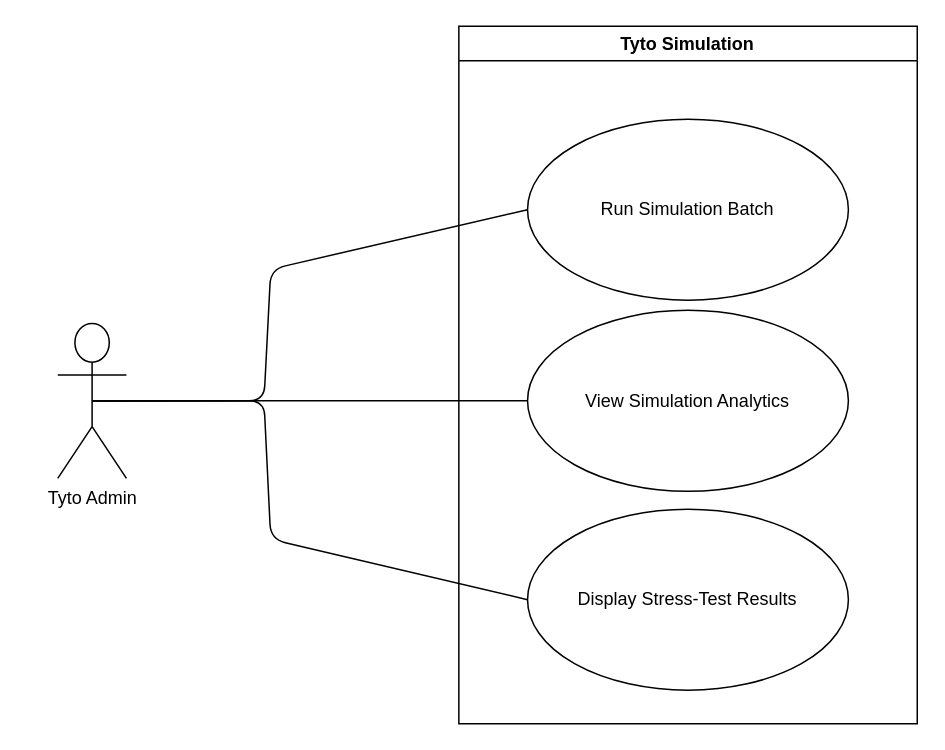
The draw.io diagram page "Tyto_Simulation" (12 of 16) of dev/diagrams/requirements/Requirements.drawio in COS301-SE-2026/UMTAS, before the edit. Source tidied: cells renumbered, new cells numbered last; positions are measured from the earlier drawing's top-left corner, leaving out a move shared by most shapes. Both pictures are drawn from the tidied source at 150%, with x=0, y=0 at pixel (57, 26).
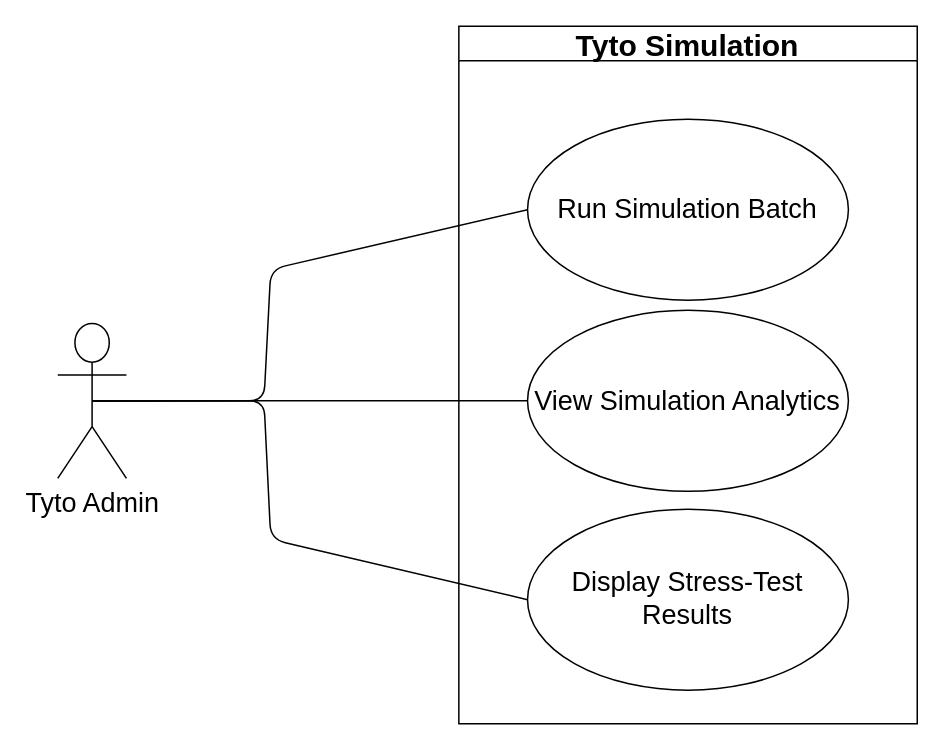
After the change.

Diff of the diagram source:
```diff
@@
 <mxGraphModel>
   <root>
     <mxCell id="0" />
     <mxCell id="1" parent="0" />
     <mxCell id="2" style="group;" parent="1" vertex="1">
       <mxGeometry width="573" height="465" as="geometry" />
     </mxCell>
-    <mxCell id="3" value="Tyto Simulation" style="swimlane;whiteSpace=wrap;html=1;" parent="2" vertex="1">
+    <mxCell id="3" value="&lt;font style=&quot;font-size: 20px;&quot;&gt;Tyto Simulation&lt;/font&gt;" style="swimlane;whiteSpace=wrap;html=1;" parent="2" vertex="1">
       <mxGeometry x="267.4" width="305.6" height="465" as="geometry" />
     </mxCell>
-    <mxCell id="4" value="Run Simulation Batch" style="ellipse;whiteSpace=wrap;html=1;" parent="3" vertex="1">
+    <mxCell id="4" value="&lt;font style=&quot;font-size: 18px;&quot;&gt;Run Simulation Batch&lt;/font&gt;" style="ellipse;whiteSpace=wrap;html=1;" parent="3" vertex="1">
       <mxGeometry x="45.8" y="62" width="213.9" height="120.6" as="geometry" />
     </mxCell>
-    <mxCell id="5" value="Display Stress-Test Results" style="ellipse;whiteSpace=wrap;html=1;" parent="3" vertex="1">
+    <mxCell id="5" value="&lt;font style=&quot;font-size: 18px;&quot;&gt;Display Stress-Test Results&lt;/font&gt;" style="ellipse;whiteSpace=wrap;html=1;" parent="3" vertex="1">
       <mxGeometry x="45.8" y="322" width="213.9" height="120.6" as="geometry" />
     </mxCell>
-    <mxCell id="6" value="View Simulation Analytics" style="ellipse;whiteSpace=wrap;html=1;" parent="3" vertex="1">
+    <mxCell id="6" value="&lt;font style=&quot;font-size: 18px;&quot;&gt;View Simulation Analytics&lt;/font&gt;" style="ellipse;whiteSpace=wrap;html=1;" parent="3" vertex="1">
       <mxGeometry x="45.8" y="189.4" width="213.9" height="120.6" as="geometry" />
     </mxCell>
-    <mxCell id="7" value="Tyto Admin" style="shape=umlActor;verticalLabelPosition=bottom;verticalAlign=top;html=1;" parent="2" vertex="1">
+    <mxCell id="7" value="&lt;font style=&quot;font-size: 18px;&quot;&gt;Tyto Admin&lt;/font&gt;" style="shape=umlActor;verticalLabelPosition=bottom;verticalAlign=top;html=1;" parent="2" vertex="1">
       <mxGeometry y="198.1" width="45.8" height="103.3" as="geometry" />
     </mxCell>
     <mxCell id="8" style="endArrow=none;html=1;exitX=0.5;exitY=0.5;exitDx=0;exitDy=0;exitPerimeter=0;entryX=0;entryY=0.5;entryDx=0;entryDy=0;" parent="2" edge="1" source="7" target="6">
       <mxGeometry relative="1" as="geometry" />
     </mxCell>
     <mxCell id="9" style="endArrow=none;html=1;exitX=0.5;exitY=0.5;exitDx=0;exitDy=0;exitPerimeter=0;entryX=0;entryY=0.5;entryDx=0;entryDy=0;" parent="2" edge="1" source="7" target="4">
       <mxGeometry relative="1" as="geometry">
         <Array as="points">
           <mxPoint x="137.5" y="249.7" />
           <mxPoint x="142" y="162" />
         </Array>
       </mxGeometry>
     </mxCell>
     <mxCell id="10" style="endArrow=none;html=1;exitX=0.5;exitY=0.5;exitDx=0;exitDy=0;exitPerimeter=0;entryX=0;entryY=0.5;entryDx=0;entryDy=0;" parent="2" edge="1" source="7" target="5">
       <mxGeometry relative="1" as="geometry">
         <Array as="points">
           <mxPoint x="137.5" y="249.7" />
           <mxPoint x="142" y="342" />
         </Array>
       </mxGeometry>
     </mxCell>
   </root>
 </mxGraphModel>
```
